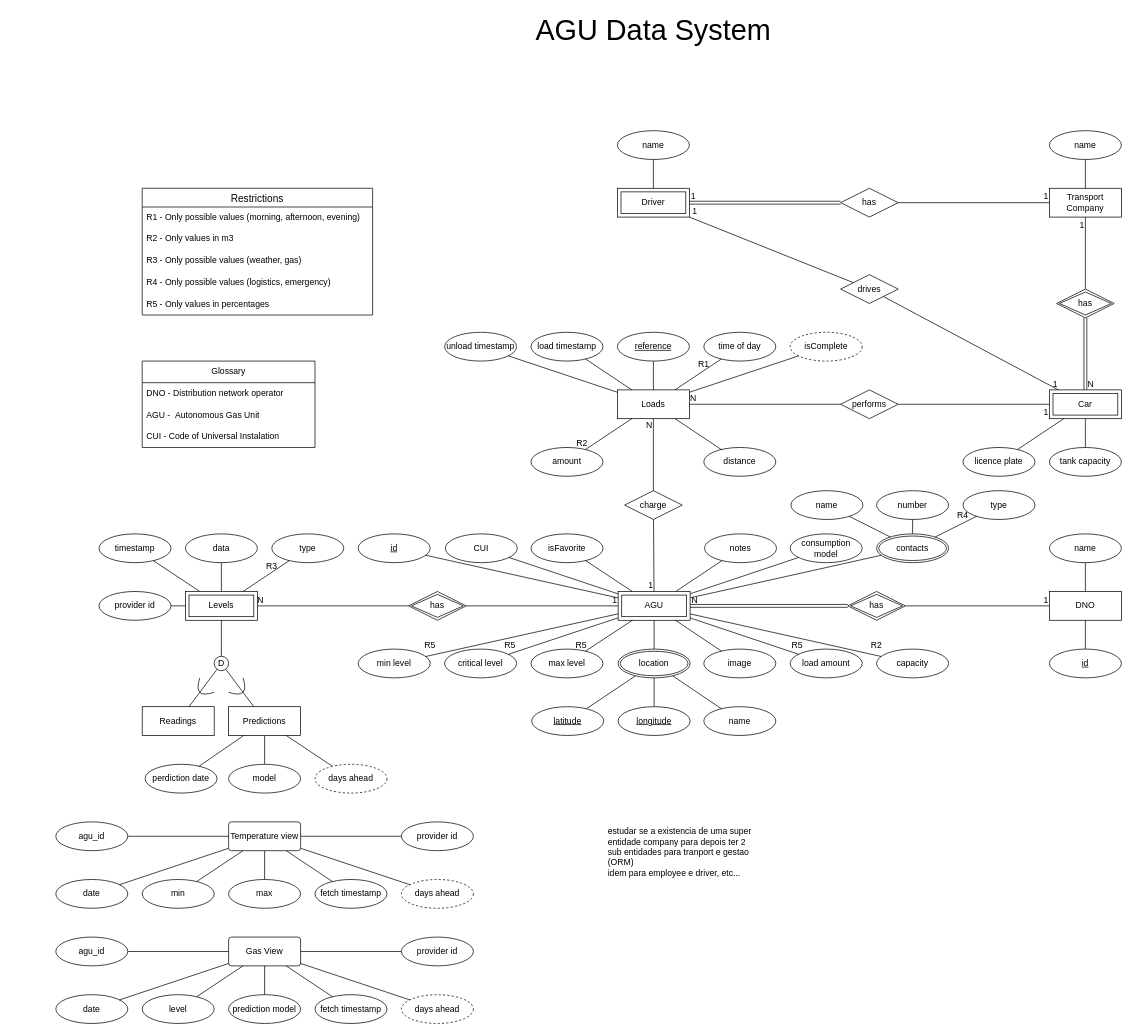
This is page "ER" (2 of 2) of docs/AGU-Diagrams.drawio from AGU-Data-System/AGU-Data-System, a draw.io file, before an edit. Source tidied: cells renumbered, new cells numbered last; positions are measured from the earlier drawing's top-left corner, leaving out a move shared by most shapes. Both pictures are drawn from the tidied source at 72%, with x=0, y=0 at pixel (55, 15).
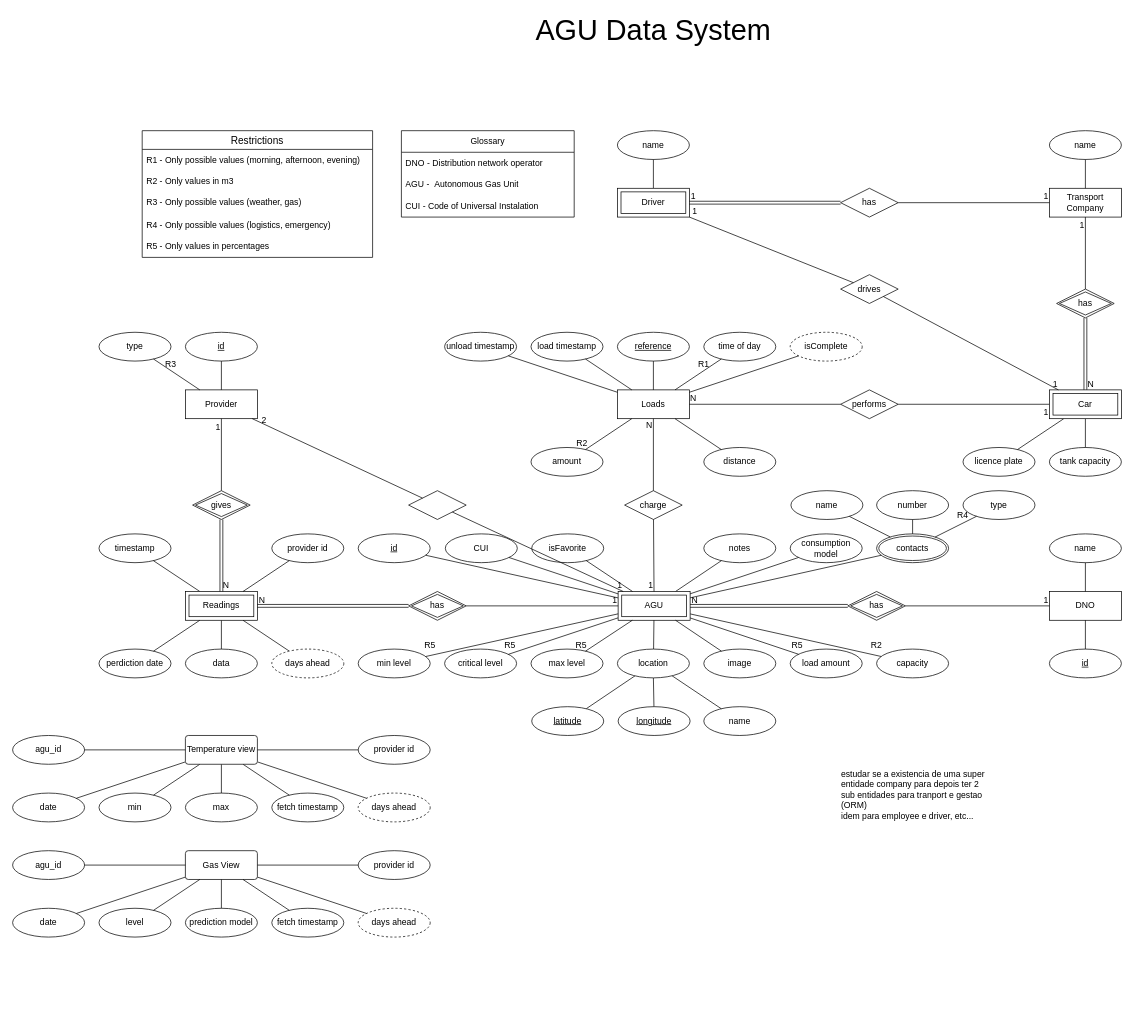
The same page after the edit.

The change refers to these unchanged cells:
```xml
<mxCell id="66" value="AGU" style="shape=ext;margin=3;double=1;whiteSpace=wrap;html=1;align=center;" parent="1" vertex="1">
  <mxGeometry x="781" y="800" width="100" height="40" as="geometry" />
</mxCell>
<mxCell id="88" value="has" style="shape=rhombus;double=1;perimeter=rhombusPerimeter;whiteSpace=wrap;html=1;align=center;" parent="1" vertex="1">
  <mxGeometry x="490" y="800" width="80" height="40" as="geometry" />
</mxCell>
```

Change to the diagram source:
```diff
@@
     <mxCell id="5" value="data" style="ellipse;whiteSpace=wrap;html=1;align=center;" parent="1" vertex="1">
-      <mxGeometry x="180" y="720" width="100" height="40" as="geometry" />
+      <mxGeometry x="180" y="880" width="100" height="40" as="geometry" />
     </mxCell>
@@
     <mxCell id="12" value="notes" style="ellipse;whiteSpace=wrap;html=1;align=center;" parent="1" vertex="1">
-      <mxGeometry x="901" y="720" width="100" height="40" as="geometry" />
+      <mxGeometry x="900" y="720" width="100" height="40" as="geometry" />
     </mxCell>
@@
     <mxCell id="14" value="Glossary" style="swimlane;fontStyle=0;horizontal=1;startSize=30;whiteSpace=wrap;html=1;" parent="1" vertex="1">
-      <mxGeometry x="120" y="480" width="240" height="120" as="geometry" />
+      <mxGeometry x="480" y="160" width="240" height="120" as="geometry" />
     </mxCell>
@@
     <mxCell id="39" value="fetch timestamp" style="ellipse;whiteSpace=wrap;html=1;align=center;" parent="1" vertex="1">
-      <mxGeometry x="360" y="1200" width="100" height="40" as="geometry" />
+      <mxGeometry x="300" y="1080" width="100" height="40" as="geometry" />
     </mxCell>
     <mxCell id="40" value="min" style="ellipse;whiteSpace=wrap;html=1;align=center;" parent="1" vertex="1">
-      <mxGeometry x="120" y="1200" width="100" height="40" as="geometry" />
+      <mxGeometry x="60" y="1080" width="100" height="40" as="geometry" />
     </mxCell>
     <mxCell id="41" value="max" style="ellipse;whiteSpace=wrap;html=1;align=center;" parent="1" vertex="1">
-      <mxGeometry x="240" y="1200" width="100" height="40" as="geometry" />
+      <mxGeometry x="180" y="1080" width="100" height="40" as="geometry" />
     </mxCell>
@@
     <mxCell id="52" value="estudar se a existencia de uma super entidade company para depois ter 2 sub entidades para tranport e gestao (ORM)&lt;div&gt;idem para employee e driver, etc...&lt;/div&gt;&lt;div&gt;&lt;br&gt;&lt;/div&gt;" style="text;strokeColor=none;fillColor=none;spacingLeft=4;spacingRight=4;overflow=hidden;fontSize=12;whiteSpace=wrap;html=1;" parent="1" vertex="1">
-      <mxGeometry x="761" y="1120" width="210" height="100" as="geometry" />
+      <mxGeometry x="1085" y="1040" width="210" height="100" as="geometry" />
     </mxCell>
@@
     <mxCell id="67" value="date" style="ellipse;whiteSpace=wrap;html=1;align=center;" parent="1" vertex="1">
-      <mxGeometry y="1200" width="100" height="40" as="geometry" />
+      <mxGeometry x="-60" y="1080" width="100" height="40" as="geometry" />
     </mxCell>
@@
-    <mxCell id="87" value="Levels" style="shape=ext;margin=3;double=1;whiteSpace=wrap;html=1;align=center;" parent="1" vertex="1">
+    <mxCell id="87" value="Readings" style="shape=ext;margin=3;double=1;whiteSpace=wrap;html=1;align=center;" parent="1" vertex="1">
       <mxGeometry x="180" y="800" width="100" height="40" as="geometry" />
     </mxCell>
@@
-    <mxCell id="91" style="endArrow=none;html=1;rounded=0;" parent="1" edge="1" source="88" target="87">
-      <mxGeometry relative="1" as="geometry" />
-    </mxCell>
-    <mxCell id="92" value="N" style="html=1;whiteSpace=wrap;align=right;verticalAlign=bottom;" parent="91" vertex="1">
-      <mxGeometry x="1" relative="1" as="geometry">
-        <mxPoint x="10" as="offset" />
-      </mxGeometry>
-    </mxCell>
@@
     <mxCell id="99" value="days ahead" style="ellipse;whiteSpace=wrap;html=1;align=center;dashed=1;" parent="1" vertex="1">
-      <mxGeometry x="480" y="1200" width="100" height="40" as="geometry" />
+      <mxGeometry x="420" y="1080" width="100" height="40" as="geometry" />
     </mxCell>
@@
     <mxCell id="101" value="isFavorite" style="ellipse;whiteSpace=wrap;html=1;align=center;" parent="1" vertex="1">
-      <mxGeometry x="660" y="720" width="100" height="40" as="geometry" />
+      <mxGeometry x="661" y="720" width="100" height="40" as="geometry" />
     </mxCell>
@@
-    <mxCell id="117" value="Predictions" style="whiteSpace=wrap;html=1;align=center;" parent="1" vertex="1">
-      <mxGeometry x="240" y="960" width="100" height="40" as="geometry" />
+    <mxCell id="117" value="Provider" style="whiteSpace=wrap;html=1;align=center;" parent="1" vertex="1">
+      <mxGeometry x="180" y="520" width="100" height="40" as="geometry" />
     </mxCell>
-    <mxCell id="118" value="Readings" style="whiteSpace=wrap;html=1;align=center;" parent="1" vertex="1">
-      <mxGeometry x="120" y="960" width="100" height="40" as="geometry" />
-    </mxCell>
-    <mxCell id="119" value="model" style="ellipse;whiteSpace=wrap;html=1;align=center;" parent="1" vertex="1">
-      <mxGeometry x="240" y="1040" width="100" height="40" as="geometry" />
-    </mxCell>
-    <mxCell id="120" style="endArrow=none;html=1;rounded=0;" parent="1" edge="1" source="117" target="119">
+    <mxCell id="120" style="endArrow=none;html=1;rounded=0;" parent="1" edge="1" source="117" target="181">
       <mxGeometry relative="1" as="geometry" />
     </mxCell>
-    <mxCell id="121" style="endArrow=none;html=1;rounded=0;" parent="1" edge="1" source="117" target="150">
+    <mxCell id="121" style="endArrow=none;html=1;rounded=0;" parent="1" edge="1" source="87" target="150">
       <mxGeometry relative="1" as="geometry" />
     </mxCell>
-    <mxCell id="122" value="D" style="ellipse;whiteSpace=wrap;html=1;" parent="1" vertex="1">
-      <mxGeometry x="220" y="890" width="20" height="20" as="geometry" />
-    </mxCell>
     <mxCell id="123" value="provider id" style="ellipse;whiteSpace=wrap;html=1;align=center;" parent="1" vertex="1">
-      <mxGeometry x="60" y="800" width="100" height="40" as="geometry" />
+      <mxGeometry x="300" y="720" width="100" height="40" as="geometry" />
     </mxCell>
@@
-    <mxCell id="125" style="endArrow=none;html=1;rounded=0;" parent="1" edge="1" source="122" target="87">
-      <mxGeometry relative="1" as="geometry" />
-    </mxCell>
-    <mxCell id="126" style="endArrow=none;html=1;rounded=0;" parent="1" edge="1" source="122" target="118">
-      <mxGeometry relative="1" as="geometry" />
-    </mxCell>
-    <mxCell id="127" style="endArrow=none;html=1;rounded=0;" parent="1" edge="1" source="122" target="117">
-      <mxGeometry relative="1" as="geometry" />
-    </mxCell>
     <mxCell id="128" value="type" style="ellipse;whiteSpace=wrap;html=1;align=center;" parent="1" vertex="1">
-      <mxGeometry x="300" y="720" width="100" height="40" as="geometry" />
+      <mxGeometry x="60" y="440" width="100" height="40" as="geometry" />
     </mxCell>
-    <mxCell id="129" value="location" style="ellipse;shape=doubleEllipse;margin=3;whiteSpace=wrap;html=1;align=center;" parent="1" vertex="1">
-      <mxGeometry x="781" y="880" width="100" height="40" as="geometry" />
-    </mxCell>
@@
-    <mxCell id="131" style="endArrow=none;html=1;rounded=0;curved=1;" parent="1" edge="1">
-      <mxGeometry relative="1" as="geometry">
-        <mxPoint x="240" y="940" as="sourcePoint" />
-        <mxPoint x="260" y="920" as="targetPoint" />
-        <Array as="points">
-          <mxPoint x="270" y="950" />
-        </Array>
-      </mxGeometry>
-    </mxCell>
-    <mxCell id="132" style="endArrow=none;html=1;rounded=0;curved=1;" parent="1" edge="1">
-      <mxGeometry relative="1" as="geometry">
-        <mxPoint x="200" y="920" as="sourcePoint" />
-        <mxPoint x="220" y="940" as="targetPoint" />
-        <Array as="points">
-          <mxPoint x="190" y="950" />
-        </Array>
-      </mxGeometry>
-    </mxCell>
-    <mxCell id="133" style="endArrow=none;html=1;rounded=0;" parent="1" edge="1" source="87" target="128">
+    <mxCell id="133" style="endArrow=none;html=1;rounded=0;" parent="1" edge="1" source="117" target="128">
       <mxGeometry relative="1" as="geometry" />
     </mxCell>
@@
     <mxCell id="138" value="Restrictions" style="swimlane;fontStyle=0;horizontal=1;startSize=26;align=center;fontSize=14;" parent="1" vertex="1">
-      <mxGeometry x="120" y="240" width="320" height="176" as="geometry" />
+      <mxGeometry x="120" y="160" width="320" height="176" as="geometry" />
     </mxCell>
@@
     <mxCell id="147" value="R3" style="text;html=1;align=center;verticalAlign=middle;whiteSpace=wrap;rounded=0;" parent="1" vertex="1">
-      <mxGeometry x="270" y="750" width="60" height="30" as="geometry" />
+      <mxGeometry x="130" y="470" width="60" height="30" as="geometry" />
     </mxCell>
     <mxCell id="148" value="perdiction date" style="ellipse;whiteSpace=wrap;html=1;align=center;" parent="1" vertex="1">
-      <mxGeometry x="124" y="1040" width="100" height="40" as="geometry" />
+      <mxGeometry x="60" y="880" width="100" height="40" as="geometry" />
     </mxCell>
-    <mxCell id="149" style="endArrow=none;html=1;rounded=0;" parent="1" edge="1" source="148" target="117">
+    <mxCell id="149" style="endArrow=none;html=1;rounded=0;" parent="1" edge="1" source="148" target="87">
       <mxGeometry relative="1" as="geometry" />
     </mxCell>
     <mxCell id="150" value="days ahead" style="ellipse;whiteSpace=wrap;html=1;align=center;dashed=1;" parent="1" vertex="1">
-      <mxGeometry x="360" y="1040" width="100" height="40" as="geometry" />
+      <mxGeometry x="300" y="880" width="100" height="40" as="geometry" />
     </mxCell>
@@
     <mxCell id="158" value="Temperature view" style="rounded=1;arcSize=10;whiteSpace=wrap;html=1;align=center;" parent="1" vertex="1">
-      <mxGeometry x="240" y="1120" width="100" height="40" as="geometry" />
+      <mxGeometry x="180" y="1000" width="100" height="40" as="geometry" />
     </mxCell>
     <mxCell id="159" value="Gas View" style="rounded=1;arcSize=10;whiteSpace=wrap;html=1;align=center;" parent="1" vertex="1">
-      <mxGeometry x="240" y="1280" width="100" height="40" as="geometry" />
+      <mxGeometry x="180" y="1160" width="100" height="40" as="geometry" />
     </mxCell>
     <mxCell id="160" value="prediction model" style="ellipse;whiteSpace=wrap;html=1;align=center;" parent="1" vertex="1">
-      <mxGeometry x="240" y="1360" width="100" height="40" as="geometry" />
+      <mxGeometry x="180" y="1240" width="100" height="40" as="geometry" />
     </mxCell>
     <mxCell id="161" value="fetch timestamp" style="ellipse;whiteSpace=wrap;html=1;align=center;" parent="1" vertex="1">
-      <mxGeometry x="360" y="1360" width="100" height="40" as="geometry" />
+      <mxGeometry x="300" y="1240" width="100" height="40" as="geometry" />
     </mxCell>
     <mxCell id="162" value="days ahead" style="ellipse;whiteSpace=wrap;html=1;align=center;dashed=1;" parent="1" vertex="1">
-      <mxGeometry x="480" y="1360" width="100" height="40" as="geometry" />
+      <mxGeometry x="420" y="1240" width="100" height="40" as="geometry" />
     </mxCell>
     <mxCell id="163" value="level" style="ellipse;whiteSpace=wrap;html=1;align=center;" parent="1" vertex="1">
-      <mxGeometry x="120" y="1360" width="100" height="40" as="geometry" />
+      <mxGeometry x="60" y="1240" width="100" height="40" as="geometry" />
     </mxCell>
     <mxCell id="164" value="date" style="ellipse;whiteSpace=wrap;html=1;align=center;" parent="1" vertex="1">
-      <mxGeometry y="1360" width="100" height="40" as="geometry" />
+      <mxGeometry x="-60" y="1240" width="100" height="40" as="geometry" />
     </mxCell>
@@
     <mxCell id="170" value="agu_id" style="ellipse;whiteSpace=wrap;html=1;align=center;" parent="1" vertex="1">
-      <mxGeometry y="1280" width="100" height="40" as="geometry" />
+      <mxGeometry x="-60" y="1160" width="100" height="40" as="geometry" />
     </mxCell>
@@
     <mxCell id="172" value="agu_id" style="ellipse;whiteSpace=wrap;html=1;align=center;" parent="1" vertex="1">
-      <mxGeometry y="1120" width="100" height="40" as="geometry" />
+      <mxGeometry x="-60" y="1000" width="100" height="40" as="geometry" />
     </mxCell>
@@
     <mxCell id="175" value="provider id" style="ellipse;whiteSpace=wrap;html=1;align=center;" parent="1" vertex="1">
-      <mxGeometry x="480" y="1120" width="100" height="40" as="geometry" />
+      <mxGeometry x="420" y="1000" width="100" height="40" as="geometry" />
     </mxCell>
     <mxCell id="176" value="provider id" style="ellipse;whiteSpace=wrap;html=1;align=center;" parent="1" vertex="1">
-      <mxGeometry x="480" y="1280" width="100" height="40" as="geometry" />
+      <mxGeometry x="420" y="1160" width="100" height="40" as="geometry" />
     </mxCell>
@@
+    <mxCell id="129" value="location" style="ellipse;whiteSpace=wrap;html=1;align=center;" parent="1" vertex="1">
+      <mxGeometry x="780" y="880" width="100" height="40" as="geometry" />
+    </mxCell>
+    <mxCell id="181" value="id" style="ellipse;whiteSpace=wrap;html=1;align=center;fontStyle=4;" parent="1" vertex="1">
+      <mxGeometry x="180" y="440" width="100" height="40" as="geometry" />
+    </mxCell>
+    <mxCell id="182" style="endArrow=none;html=1;rounded=0;" parent="1" edge="1" source="189" target="117">
+      <mxGeometry relative="1" as="geometry" />
+    </mxCell>
+    <mxCell id="183" value="1" style="html=1;whiteSpace=wrap;align=right;verticalAlign=bottom;" parent="182" vertex="1">
+      <mxGeometry x="1" relative="1" as="geometry">
+        <mxPoint y="20" as="offset" />
+      </mxGeometry>
+    </mxCell>
+    <mxCell id="184" style="shape=rhombus;perimeter=rhombusPerimeter;whiteSpace=wrap;html=1;align=center;" parent="1" vertex="1">
+      <mxGeometry x="490" y="660" width="80" height="40" as="geometry" />
+    </mxCell>
+    <mxCell id="185" style="endArrow=none;html=1;rounded=0;" parent="1" edge="1" source="184" target="117">
+      <mxGeometry relative="1" as="geometry" />
+    </mxCell>
+    <mxCell id="186" value="2" style="html=1;whiteSpace=wrap;align=right;verticalAlign=bottom;" parent="185" vertex="1">
+      <mxGeometry x="1" relative="1" as="geometry">
+        <mxPoint x="21" y="10" as="offset" />
+      </mxGeometry>
+    </mxCell>
+    <mxCell id="187" style="endArrow=none;html=1;rounded=0;" parent="1" edge="1" source="184" target="66">
+      <mxGeometry relative="1" as="geometry" />
+    </mxCell>
+    <mxCell id="188" value="1" style="html=1;whiteSpace=wrap;align=right;verticalAlign=bottom;" parent="187" vertex="1">
+      <mxGeometry x="1" relative="1" as="geometry" />
+    </mxCell>
+    <mxCell id="189" value="gives" style="shape=rhombus;double=1;perimeter=rhombusPerimeter;whiteSpace=wrap;html=1;align=center;" parent="1" vertex="1">
+      <mxGeometry x="190" y="660" width="80" height="40" as="geometry" />
+    </mxCell>
+    <mxCell id="190" style="shape=link;html=1;rounded=0;" parent="1" edge="1" source="189" target="87">
+      <mxGeometry relative="1" as="geometry" />
+    </mxCell>
+    <mxCell id="191" value="N" style="html=1;whiteSpace=wrap;align=right;verticalAlign=bottom;" parent="190" vertex="1">
+      <mxGeometry x="1" relative="1" as="geometry">
+        <mxPoint x="12" as="offset" />
+      </mxGeometry>
+    </mxCell>
+    <mxCell id="91" style="shape=link;html=1;rounded=0;" parent="1" edge="1" source="88" target="87">
+      <mxGeometry relative="1" as="geometry" />
+    </mxCell>
+    <mxCell id="192" value="N" style="html=1;whiteSpace=wrap;align=right;verticalAlign=bottom;" parent="91" vertex="1">
+      <mxGeometry x="1" relative="1" as="geometry">
+        <mxPoint x="12" as="offset" />
+      </mxGeometry>
+    </mxCell>
```
